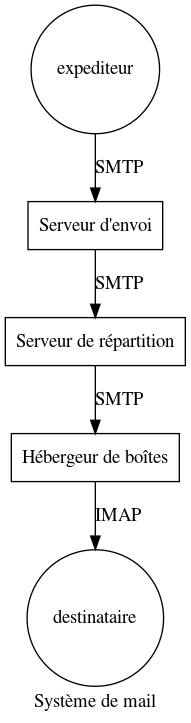
The Graphviz diagram assets/mail.png in zhangfeng/cours, before a commit. Its source is kept beside it as assets/mail.gv. Its diagram source:
```dot
digraph mail {
    label = "Système de mail";
    node [ shape = box ];
    expediteur [ shape = circle ];
    envoi [ label = "Serveur d'envoi" ];
    mx [ label = "Serveur de répartition" ];
    stock [ label = "Hébergeur de boîtes" ];
    destinataire [ shape = circle ];
    expediteur -> envoi [ label = "SMTP" ];
    envoi -> mx [ label = "SMTP" ];
    mx -> stock [ label = "SMTP" ];
    stock -> destinataire [ label = "IMAP" ];
}
```
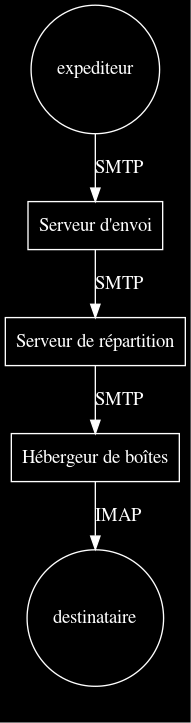
Above is the later version.

Commit message:
Ajout du graphe dns_request et collection mineure sur graphe mail

What changed in the source:
```diff
@@ -1,11 +1,17 @@
 digraph mail {
     label = "Système de mail";
-    node [ shape = box ];
+    bgcolor = black;
+
+    node [ shape = box, color = white, fontcolor = white ];
+
+    edge [ color = white, fontcolor = white ];
+
     expediteur [ shape = circle ];
     envoi [ label = "Serveur d'envoi" ];
     mx [ label = "Serveur de répartition" ];
     stock [ label = "Hébergeur de boîtes" ];
     destinataire [ shape = circle ];
+
     expediteur -> envoi [ label = "SMTP" ];
     envoi -> mx [ label = "SMTP" ];
     mx -> stock [ label = "SMTP" ];
```
